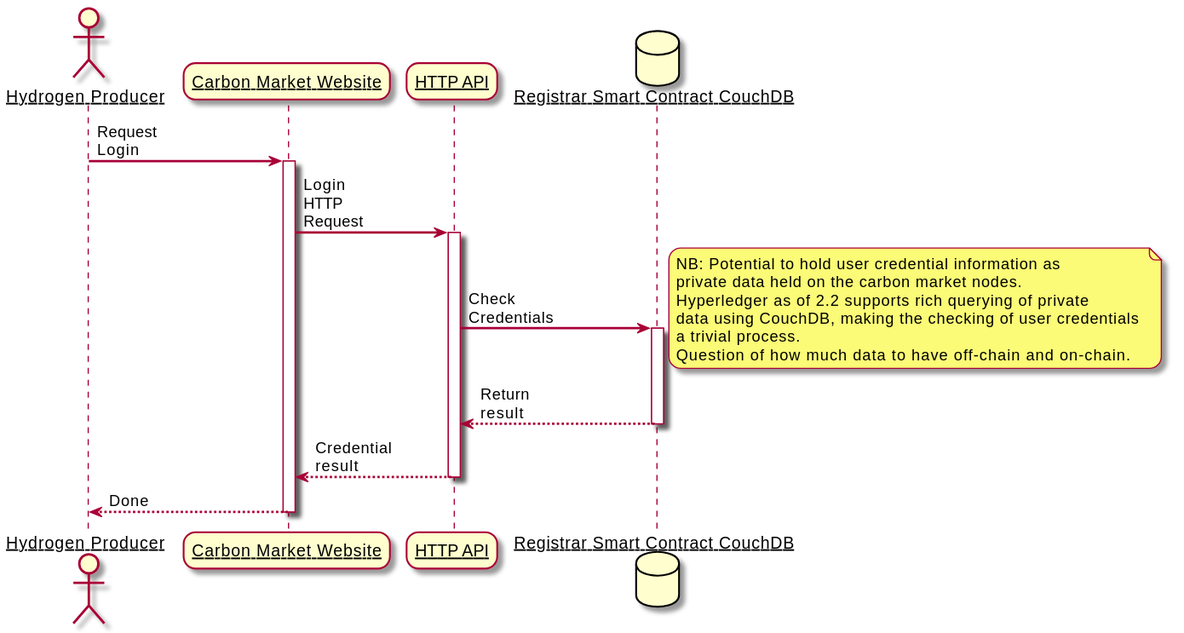
Earlier version of the PlantUML export diagrams/out/login/Login.svg (oscargolding/Carboncoin-ESG).
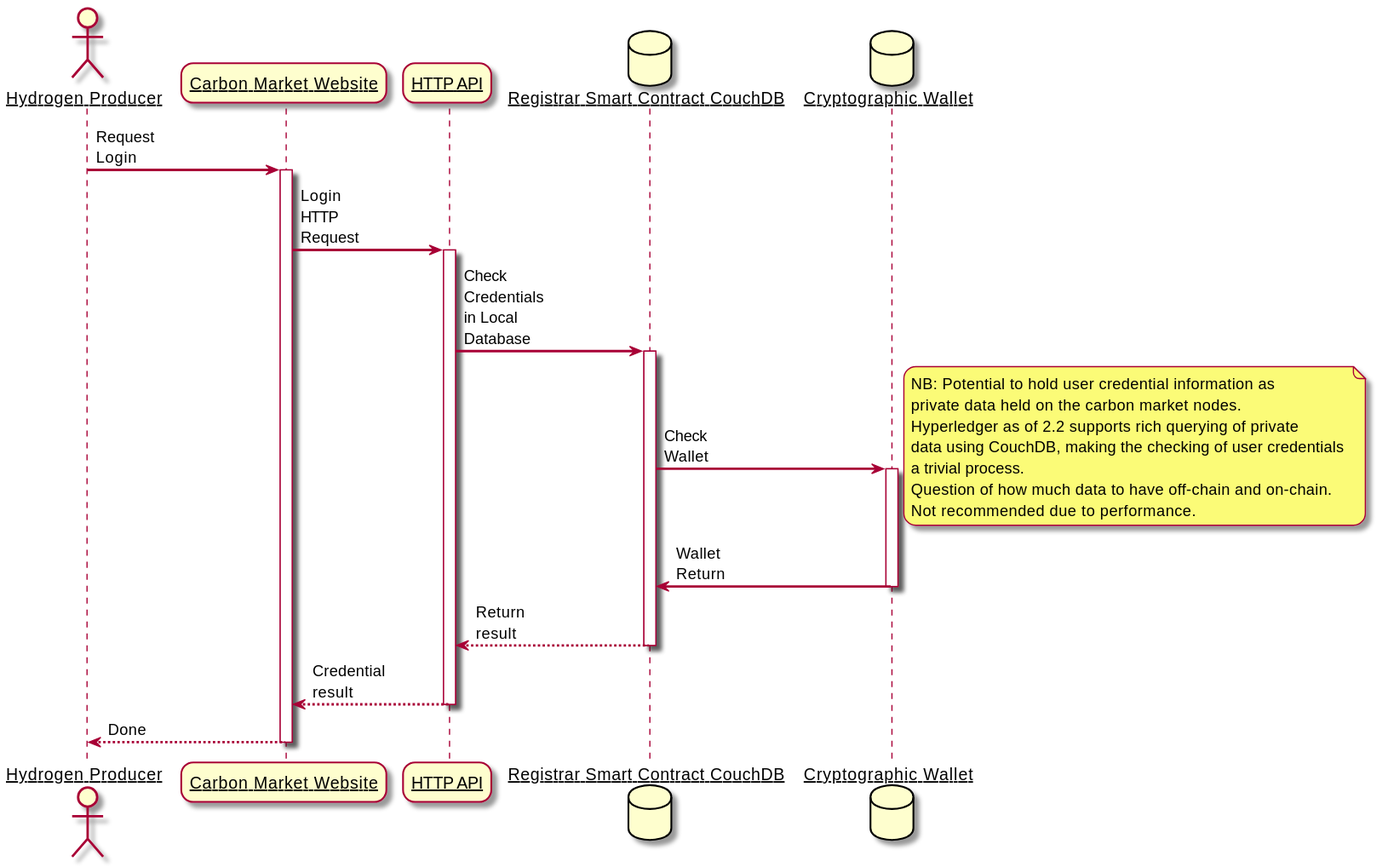
After the commit.

The edit, as a diff of the source:
```diff
@@ -8,6 +8,7 @@
 participant "Carbon Market Website" as A
 participant "HTTP API" as B
 database "Registrar Smart Contract CouchDB" as C
+database "Cryptographic Wallet" as D
 
 User -> A: Request Login
 activate A
@@ -15,8 +16,10 @@
 A -> B: Login HTTP Request
 activate B
 
-B -> C: Check Credentials
+B -> C: Check Credentials in Local Database
 activate C
+C -> D: Check Wallet
+activate D
 note right
 NB: Potential to hold user credential information as
 private data held on the carbon market nodes.
@@ -24,7 +27,10 @@
 data using CouchDB, making the checking of user credentials
 a trivial process.
 Question of how much data to have off-chain and on-chain.
+Not recommended due to performance.
 end note
+D -> C: Wallet Return
+deactivate D
 C --> B: Return result
 deactivate C
 
```
